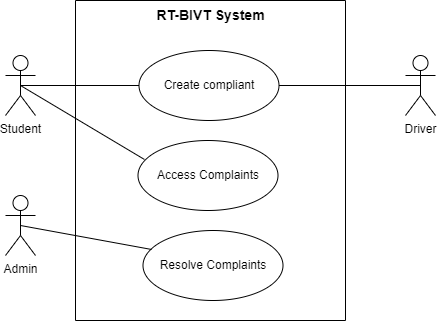
Abubakar-doc/FYP-24-SE-A-204 keeps this draw.io diagram as Project Real-Time Bus ID Verification and Tracking/DOCUMENTATION/UseCaseDiagrams/ComplaintManagement.drawio.png. Above is the earlier version. Source tidied: cells renumbered, new cells last; positions are measured from the earlier drawing's top-left corner, leaving out a move shared by most shapes.
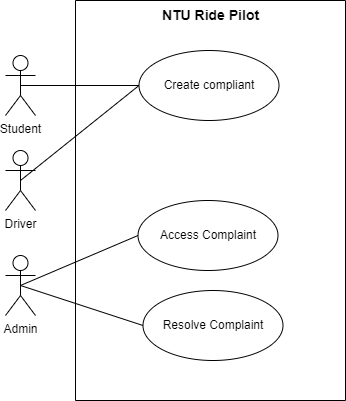
After the change.

What changed in the source:
```diff
@@ -3,40 +3,40 @@
     <mxCell id="0" />
     <mxCell id="1" parent="0" />
     <mxCell id="2" style="swimlane;startSize=0;" parent="1" vertex="1">
-      <mxGeometry x="70" width="270" height="320" as="geometry" />
+      <mxGeometry x="70" width="270" height="400" as="geometry" />
     </mxCell>
     <mxCell id="3" value="Create compliant" style="ellipse;whiteSpace=wrap;html=1;" parent="2" vertex="1">
       <mxGeometry x="63.5" y="50" width="140" height="70" as="geometry" />
     </mxCell>
+    <mxCell id="6" value="&lt;b&gt;&lt;font style=&quot;font-size: 14px;&quot;&gt;NTU Ride Pilot&lt;/font&gt;&lt;/b&gt;" style="text;html=1;align=center;verticalAlign=middle;strokeColor=none;fillColor=none;" parent="2" vertex="1">
+      <mxGeometry x="75" width="120" height="30" as="geometry" />
+    </mxCell>
+    <mxCell id="5" value="Access Complaint" style="ellipse;whiteSpace=wrap;html=1;" parent="2" vertex="1">
+      <mxGeometry x="62.5" y="200" width="140" height="70" as="geometry" />
+    </mxCell>
-    <mxCell id="4" value="Resolve Complaints" style="ellipse;whiteSpace=wrap;html=1;" parent="2" vertex="1">
-      <mxGeometry x="67.5" y="230" width="140" height="70" as="geometry" />
+    <mxCell id="4" value="Resolve Complaint" style="ellipse;whiteSpace=wrap;html=1;" parent="2" vertex="1">
+      <mxGeometry x="67.5" y="290" width="140" height="70" as="geometry" />
     </mxCell>
-    <mxCell id="5" value="Access Complaints" style="ellipse;whiteSpace=wrap;html=1;" parent="2" vertex="1">
-      <mxGeometry x="62.5" y="140" width="140" height="70" as="geometry" />
-    </mxCell>
-    <mxCell id="6" value="&lt;b&gt;&lt;font style=&quot;font-size: 14px;&quot;&gt;RT-BIVT System&lt;/font&gt;&lt;/b&gt;" style="text;html=1;align=center;verticalAlign=middle;strokeColor=none;fillColor=none;" parent="2" vertex="1">
-      <mxGeometry x="70" width="130" height="30" as="geometry" />
-    </mxCell>
+    <mxCell id="8" value="Admin" style="shape=umlActor;verticalLabelPosition=bottom;verticalAlign=top;html=1;" parent="2" vertex="1">
+      <mxGeometry x="-70" y="255" width="30" height="60" as="geometry" />
+    </mxCell>
+    <mxCell id="14" style="rounded=0;jettySize=auto;html=1;exitX=0.5;exitY=0.5;exitDx=0;exitDy=0;exitPerimeter=0;entryX=0;entryY=0.5;entryDx=0;entryDy=0;endArrow=none;startFill=0;" parent="2" edge="1" source="8" target="5">
+      <mxGeometry relative="1" as="geometry" />
+    </mxCell>
+    <mxCell id="12" style="rounded=0;jettySize=auto;html=1;exitX=0.5;exitY=0.5;exitDx=0;exitDy=0;exitPerimeter=0;entryX=0;entryY=0.5;entryDx=0;entryDy=0;endArrow=none;startFill=0;" parent="2" edge="1" source="8" target="4">
+      <mxGeometry relative="1" as="geometry" />
+    </mxCell>
+    <mxCell id="15" style="rounded=0;jettySize=auto;html=1;exitX=0.5;exitY=0.5;exitDx=0;exitDy=0;exitPerimeter=0;entryX=0;entryY=0.5;entryDx=0;entryDy=0;endArrow=none;startFill=0;" parent="1" edge="1" source="7" target="3">
+      <mxGeometry relative="1" as="geometry" />
+    </mxCell>
     <mxCell id="7" value="Driver" style="shape=umlActor;verticalLabelPosition=bottom;verticalAlign=top;html=1;" parent="1" vertex="1">
-      <mxGeometry x="400" y="55" width="30" height="60" as="geometry" />
+      <mxGeometry y="150" width="30" height="60" as="geometry" />
     </mxCell>
-    <mxCell id="8" value="Admin" style="shape=umlActor;verticalLabelPosition=bottom;verticalAlign=top;html=1;" parent="1" vertex="1">
-      <mxGeometry y="195" width="30" height="60" as="geometry" />
-    </mxCell>
+    <mxCell id="10" style="rounded=0;jettySize=auto;html=1;exitX=0.5;exitY=0.5;exitDx=0;exitDy=0;exitPerimeter=0;entryX=0;entryY=0.5;entryDx=0;entryDy=0;endArrow=none;startFill=0;" parent="1" edge="1" source="9" target="3">
+      <mxGeometry relative="1" as="geometry" />
+    </mxCell>
     <mxCell id="9" value="Student" style="shape=umlActor;verticalLabelPosition=bottom;verticalAlign=top;html=1;" parent="1" vertex="1">
       <mxGeometry y="55" width="30" height="60" as="geometry" />
     </mxCell>
-    <mxCell id="10" style="endArrow=none;html=1;rounded=0;exitX=0.5;exitY=0.5;exitDx=0;exitDy=0;exitPerimeter=0;entryX=0;entryY=0.5;entryDx=0;entryDy=0;" parent="1" edge="1" source="9" target="3">
-      <mxGeometry relative="1" as="geometry" />
-    </mxCell>
-    <mxCell id="11" style="endArrow=none;html=1;rounded=0;exitX=0.5;exitY=0.5;exitDx=0;exitDy=0;exitPerimeter=0;entryX=0.046;entryY=0.271;entryDx=0;entryDy=0;entryPerimeter=0;" parent="1" edge="1" source="9" target="5">
-      <mxGeometry relative="1" as="geometry" />
-    </mxCell>
-    <mxCell id="12" style="endArrow=none;html=1;rounded=0;exitX=0.5;exitY=0.5;exitDx=0;exitDy=0;exitPerimeter=0;entryX=0.061;entryY=0.271;entryDx=0;entryDy=0;entryPerimeter=0;" parent="1" edge="1" source="8" target="4">
-      <mxGeometry relative="1" as="geometry" />
-    </mxCell>
-    <mxCell id="13" style="endArrow=none;html=1;rounded=0;exitX=1;exitY=0.5;exitDx=0;exitDy=0;entryX=0.5;entryY=0.5;entryDx=0;entryDy=0;entryPerimeter=0;" parent="1" edge="1" source="3" target="7">
-      <mxGeometry relative="1" as="geometry" />
-    </mxCell>
   </root>
 </mxGraphModel>
```
